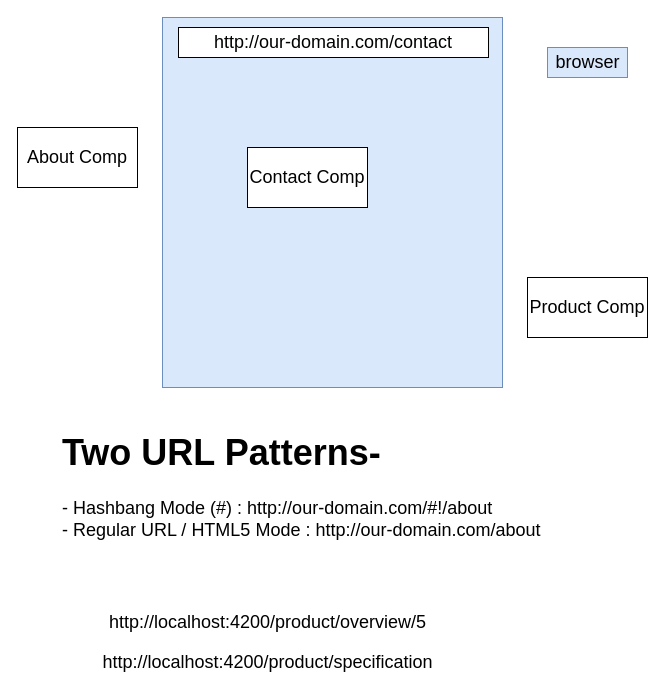
The draw.io diagram page "Page-11" (11 of 12) of diagrams.drawio in synergy2411/ericsson-nov21-b1, before the edit. Source tidied: cells renumbered, new cells numbered last; positions are measured from the earlier drawing's top-left corner, leaving out a move shared by most shapes. Both pictures are drawn from the tidied source at 100%, with x=0, y=0 at pixel (17, 17).
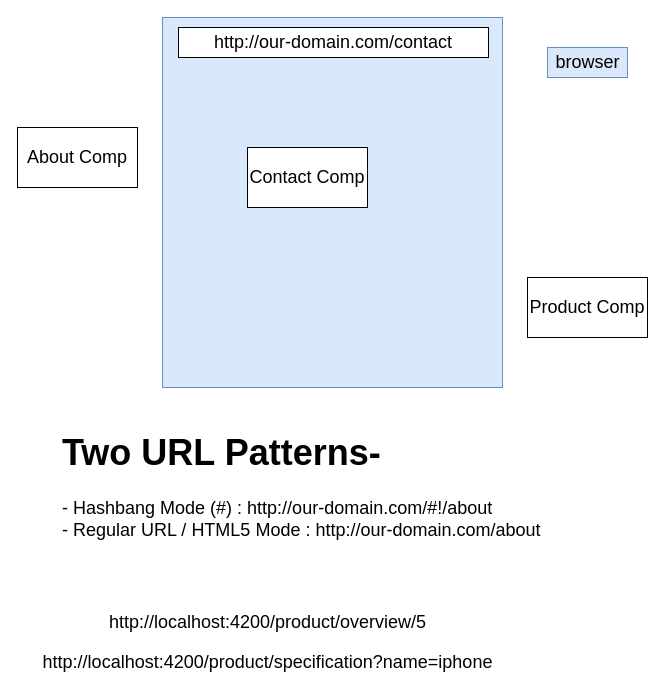
The same page after the edit.

The edit, as a diff of the source:
```diff
@@
 <mxGraphModel>
   <root>
     <mxCell id="0" />
     <mxCell id="1" parent="0" />
     <mxCell id="2" style="rounded=0;whiteSpace=wrap;html=1;fontSize=18;fillColor=#dae8fc;strokeColor=#6c8ebf;" parent="1" vertex="1">
       <mxGeometry x="145" width="340" height="370" as="geometry" />
     </mxCell>
     <mxCell id="3" value="browser" style="text;html=1;align=center;verticalAlign=middle;strokeColor=#6c8ebf;fillColor=#dae8fc;fontSize=18;" parent="1" vertex="1">
       <mxGeometry x="530" y="30" width="80" height="30" as="geometry" />
     </mxCell>
     <mxCell id="4" value="http://our-domain.com/contact" style="rounded=0;whiteSpace=wrap;html=1;fontSize=18;" parent="1" vertex="1">
       <mxGeometry x="161" y="10" width="310" height="30" as="geometry" />
     </mxCell>
     <mxCell id="5" value="&lt;h1&gt;Two URL Patterns-&lt;/h1&gt;&lt;div&gt;- Hashbang Mode (#) : http://our-domain.com/#!/about&amp;nbsp;&lt;/div&gt;&lt;div&gt;- Regular URL / HTML5 Mode : http://our-domain.com/about&lt;/div&gt;" style="text;html=1;strokeColor=none;fillColor=none;spacing=5;spacingTop=-20;whiteSpace=wrap;overflow=hidden;rounded=0;fontSize=18;" parent="1" vertex="1">
       <mxGeometry x="40" y="400" width="560" height="150" as="geometry" />
     </mxCell>
     <mxCell id="6" value="About Comp" style="rounded=0;whiteSpace=wrap;html=1;fontSize=18;" parent="1" vertex="1">
       <mxGeometry y="110" width="120" height="60" as="geometry" />
     </mxCell>
     <mxCell id="7" value="Contact Comp" style="rounded=0;whiteSpace=wrap;html=1;fontSize=18;" parent="1" vertex="1">
       <mxGeometry x="230" y="130" width="120" height="60" as="geometry" />
     </mxCell>
     <mxCell id="8" value="Product Comp" style="rounded=0;whiteSpace=wrap;html=1;fontSize=18;" parent="1" vertex="1">
       <mxGeometry x="510" y="260" width="120" height="60" as="geometry" />
     </mxCell>
     <mxCell id="9" value="http://localhost:4200/product/overview/5" style="text;html=1;align=center;verticalAlign=middle;strokeColor=none;fillColor=none;fontSize=18;" parent="1" vertex="1">
       <mxGeometry x="85" y="590" width="330" height="30" as="geometry" />
     </mxCell>
-    <mxCell id="10" value="http://localhost:4200/product/specification" style="text;html=1;align=center;verticalAlign=middle;strokeColor=none;fillColor=none;fontSize=18;" parent="1" vertex="1">
-      <mxGeometry x="75" y="630" width="350" height="30" as="geometry" />
+    <mxCell id="10" value="http://localhost:4200/product/specification?name=iphone" style="text;html=1;align=center;verticalAlign=middle;strokeColor=none;fillColor=none;fontSize=18;" parent="1" vertex="1">
+      <mxGeometry x="15" y="630" width="470" height="30" as="geometry" />
     </mxCell>
   </root>
 </mxGraphModel>
```
